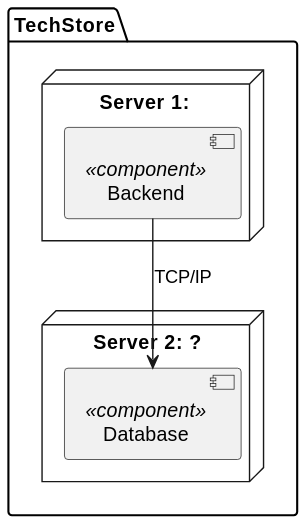
This is docs/views/level-2/deployment-view/deployment-view.svg from mei-desofs/desofs2026-thu_crr_1, a PlantUML export, as it was before one commit. Its diagram source:
```plantuml
@startuml
package "TechStore" {

  node "Server 1: " as SERVER1 {

    component "Backend" as Backend <<component>>  {
    }
  }

  node "Server 2: ?" as SERVER2 {
    component "Database" as Database <<component>> {
    }
  }
}

Backend --> Database :TCP/IP
@enduml
```
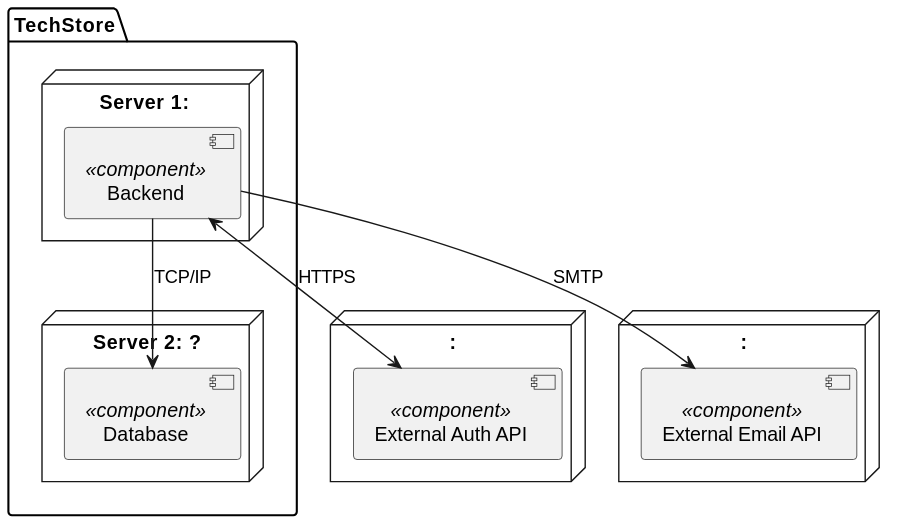
The same file after the commit.

What changed in the source:
```diff
@@ -13,5 +13,17 @@
   }
 }
 
+node " : " as Supabase {
+  component "External Auth API" as ExternalAuthAPI <<component>> {
+  }
+}
+
+node " : " as ExternalEmail {
+  component "External Email API" as ExternalEmailAPI <<component>> {
+  }
+}
+
 Backend --> Database :TCP/IP
+Backend <--> ExternalAuthAPI : HTTPS
+Backend --> ExternalEmailAPI : SMTP
 @enduml
```
